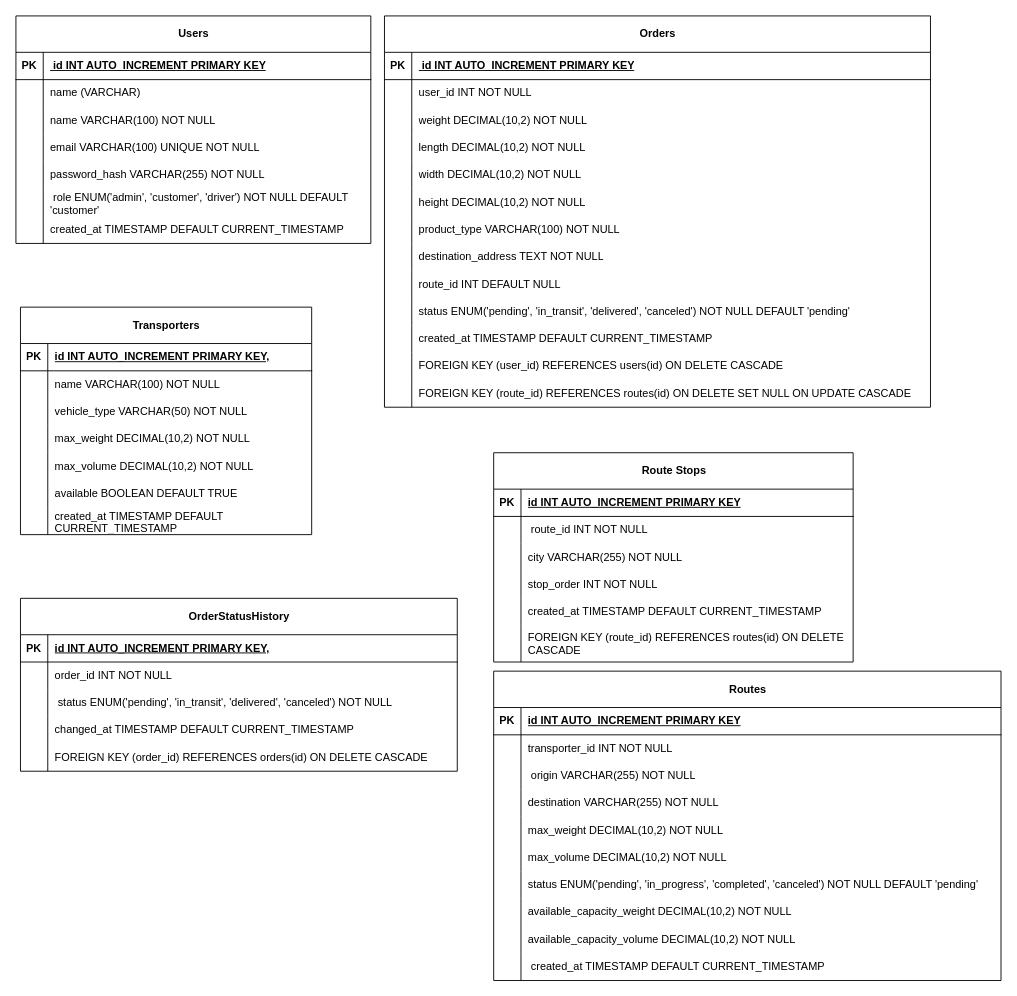
Earlier version of the draw.io diagram logistics.drawio (crishood/diagrams). Source tidied: cells renumbered, new cells numbered last; positions are measured from the earlier drawing's top-left corner, leaving out a move shared by most shapes. Both pictures are drawn from the tidied source at 91%, with x=0, y=0 at pixel (15, 15).
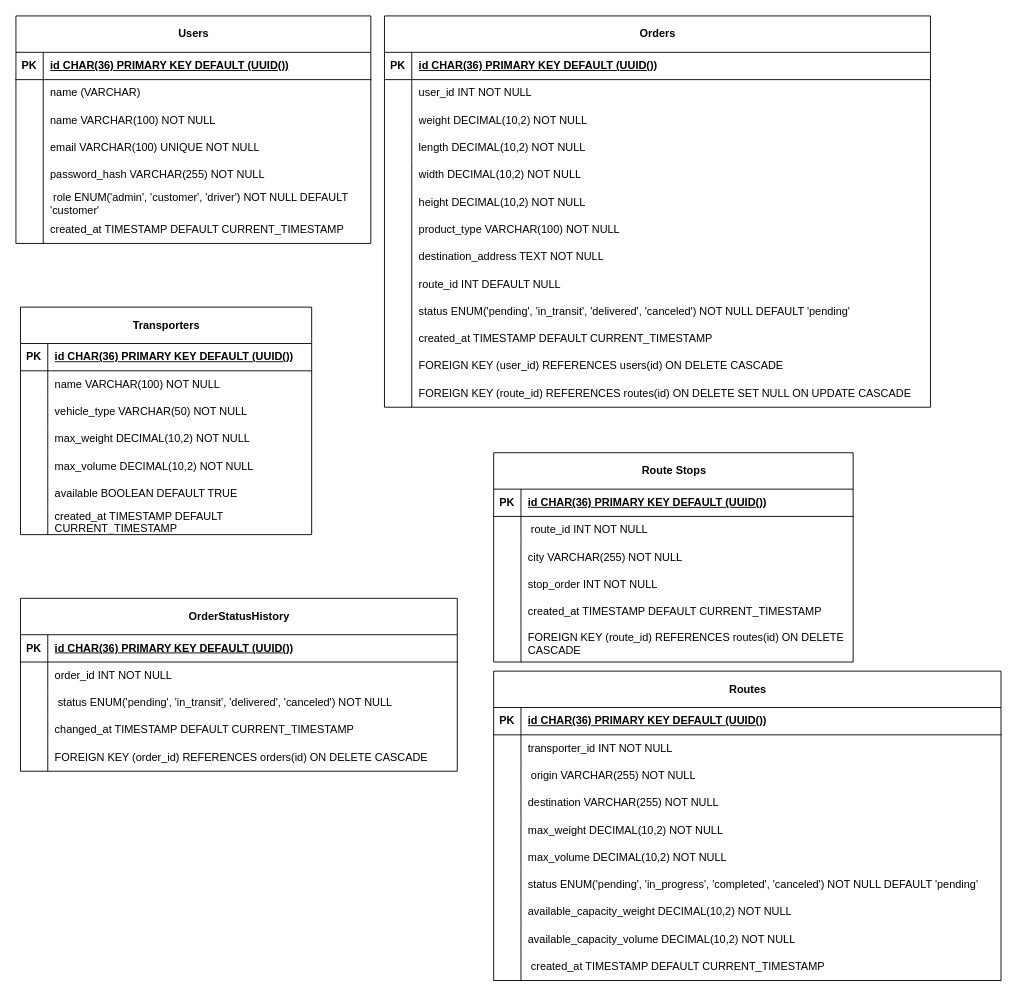
After the change.

The change refers to these unchanged cells:
```xml
<mxCell id="3" style="shape=tableRow;horizontal=0;startSize=0;swimlaneHead=0;swimlaneBody=0;fillColor=none;top=0;left=0;right=0;bottom=1;" parent="2" vertex="1">
  <mxGeometry y="40" width="390" height="30" as="geometry" />
</mxCell>
<mxCell id="25" style="shape=tableRow;horizontal=0;startSize=0;swimlaneHead=0;swimlaneBody=0;fillColor=none;top=0;left=0;right=0;bottom=1;" parent="24" vertex="1">
  <mxGeometry y="40" width="600" height="30" as="geometry" />
</mxCell>
<mxCell id="65" style="shape=tableRow;horizontal=0;startSize=0;swimlaneHead=0;swimlaneBody=0;fillColor=none;top=0;left=0;right=0;bottom=1;" parent="64" vertex="1">
  <mxGeometry y="40" width="320" height="30" as="geometry" />
</mxCell>
<mxCell id="87" style="shape=tableRow;horizontal=0;startSize=0;swimlaneHead=0;swimlaneBody=0;fillColor=none;top=0;left=0;right=0;bottom=1;" parent="86" vertex="1">
  <mxGeometry y="40" width="557.5" height="30" as="geometry" />
</mxCell>
<mxCell id="118" style="shape=tableRow;horizontal=0;startSize=0;swimlaneHead=0;swimlaneBody=0;fillColor=none;top=0;left=0;right=0;bottom=1;" parent="117" vertex="1">
  <mxGeometry y="40" width="480" height="30" as="geometry" />
</mxCell>
<mxCell id="134" style="shape=tableRow;horizontal=0;startSize=0;swimlaneHead=0;swimlaneBody=0;fillColor=none;top=0;left=0;right=0;bottom=1;" parent="133" vertex="1">
  <mxGeometry y="40" width="395" height="30" as="geometry" />
</mxCell>
```

Diff of the diagram source:
```diff
@@
-    <mxCell id="5" value="&amp;nbsp;id INT AUTO_INCREMENT PRIMARY KEY" style="shape=partialRectangle;fillColor=none;top=0;left=0;bottom=0;right=0;align=left;spacingLeft=6;fontStyle=5;overflow=hidden;whiteSpace=wrap;html=1;" parent="3" vertex="1">
+    <mxCell id="5" value="id CHAR(36) PRIMARY KEY DEFAULT (UUID())" style="shape=partialRectangle;fillColor=none;top=0;left=0;bottom=0;right=0;align=left;spacingLeft=6;fontStyle=5;overflow=hidden;whiteSpace=wrap;html=1;" parent="3" vertex="1">
       <mxGeometry x="30" width="360" height="30" as="geometry" />
     </mxCell>
@@
-    <mxCell id="27" value="&amp;nbsp;id INT AUTO_INCREMENT PRIMARY KEY" style="shape=partialRectangle;fillColor=none;top=0;left=0;bottom=0;right=0;align=left;spacingLeft=6;fontStyle=5;overflow=hidden;whiteSpace=wrap;html=1;" parent="25" vertex="1">
+    <mxCell id="27" value="id CHAR(36) PRIMARY KEY DEFAULT (UUID())" style="shape=partialRectangle;fillColor=none;top=0;left=0;bottom=0;right=0;align=left;spacingLeft=6;fontStyle=5;overflow=hidden;whiteSpace=wrap;html=1;" parent="25" vertex="1">
       <mxGeometry x="30" width="570" height="30" as="geometry" />
     </mxCell>
@@
-    <mxCell id="67" value="id INT AUTO_INCREMENT PRIMARY KEY," style="shape=partialRectangle;fillColor=none;top=0;left=0;bottom=0;right=0;align=left;spacingLeft=6;fontStyle=5;overflow=hidden;whiteSpace=wrap;html=1;" parent="65" vertex="1">
+    <mxCell id="67" value="id CHAR(36) PRIMARY KEY DEFAULT (UUID())" style="shape=partialRectangle;fillColor=none;top=0;left=0;bottom=0;right=0;align=left;spacingLeft=6;fontStyle=5;overflow=hidden;whiteSpace=wrap;html=1;" parent="65" vertex="1">
       <mxGeometry x="30" width="290" height="30" as="geometry" />
     </mxCell>
@@
-    <mxCell id="89" value="id INT AUTO_INCREMENT PRIMARY KEY" style="shape=partialRectangle;fillColor=none;top=0;left=0;bottom=0;right=0;align=left;spacingLeft=6;fontStyle=5;overflow=hidden;whiteSpace=wrap;html=1;" parent="87" vertex="1">
+    <mxCell id="89" value="id CHAR(36) PRIMARY KEY DEFAULT (UUID())" style="shape=partialRectangle;fillColor=none;top=0;left=0;bottom=0;right=0;align=left;spacingLeft=6;fontStyle=5;overflow=hidden;whiteSpace=wrap;html=1;" parent="87" vertex="1">
       <mxGeometry x="30" width="527.5" height="30" as="geometry" />
     </mxCell>
@@
-    <mxCell id="120" value="id INT AUTO_INCREMENT PRIMARY KEY," style="shape=partialRectangle;fillColor=none;top=0;left=0;bottom=0;right=0;align=left;spacingLeft=6;fontStyle=5;overflow=hidden;whiteSpace=wrap;html=1;" parent="118" vertex="1">
+    <mxCell id="120" value="id CHAR(36) PRIMARY KEY DEFAULT (UUID())" style="shape=partialRectangle;fillColor=none;top=0;left=0;bottom=0;right=0;align=left;spacingLeft=6;fontStyle=5;overflow=hidden;whiteSpace=wrap;html=1;" parent="118" vertex="1">
       <mxGeometry x="30" width="450" height="30" as="geometry" />
     </mxCell>
@@
-    <mxCell id="136" value="id INT AUTO_INCREMENT PRIMARY KEY" style="shape=partialRectangle;fillColor=none;top=0;left=0;bottom=0;right=0;align=left;spacingLeft=6;fontStyle=5;overflow=hidden;whiteSpace=wrap;html=1;" parent="134" vertex="1">
+    <mxCell id="136" value="id CHAR(36) PRIMARY KEY DEFAULT (UUID())" style="shape=partialRectangle;fillColor=none;top=0;left=0;bottom=0;right=0;align=left;spacingLeft=6;fontStyle=5;overflow=hidden;whiteSpace=wrap;html=1;" parent="134" vertex="1">
       <mxGeometry x="30" width="365" height="30" as="geometry" />
     </mxCell>
```
